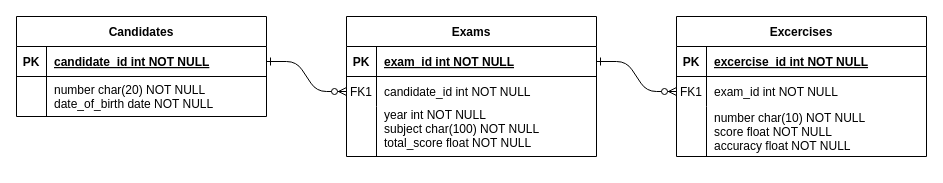
Before: backend/doc/db/erm/erm.drawio in pm4-graders/3ES, a draw.io diagram. Source tidied: cells renumbered, new cells numbered last; positions are measured from the earlier drawing's top-left corner, leaving out a move shared by most shapes. Both pictures are drawn from the tidied source at 100%, with x=0, y=0 at pixel (16, 16).
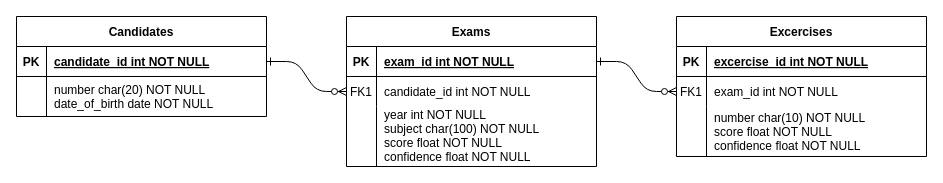
After the change.

Commit message (it also covers changes not shown here):
refactoring accuracy to confidence & added to exam

The change refers to these unchanged cells:
```xml
<mxCell id="21" style="shape=partialRectangle;fillColor=none;top=0;left=0;right=0;bottom=0;" parent="14" vertex="1">
  <mxGeometry y="90" width="250" height="50" as="geometry" />
</mxCell>
```

Diff of the diagram source:
```diff
@@
     <mxCell id="4" value="Exams" style="shape=table;startSize=30;childLayout=tableLayout;rowLines=0;fontStyle=1;align=center;" parent="1" vertex="1">
-      <mxGeometry x="330" width="250" height="140" as="geometry" />
+      <mxGeometry x="330" width="250" height="150" as="geometry" />
     </mxCell>
@@
     <mxCell id="11" style="shape=partialRectangle;fillColor=none;top=0;left=0;right=0;bottom=0;" parent="4" vertex="1">
-      <mxGeometry y="90" width="250" height="50" as="geometry" />
+      <mxGeometry y="90" width="250" height="60" as="geometry" />
     </mxCell>
     <mxCell id="12" style="shape=partialRectangle;overflow=hidden;fillColor=none;top=0;left=0;bottom=0;right=0;" parent="11" vertex="1">
-      <mxGeometry width="30" height="50" as="geometry" />
+      <mxGeometry width="30" height="60" as="geometry" />
     </mxCell>
-    <mxCell id="13" value="year int NOT NULL&#10;subject char(100) NOT NULL&#10;total_score float NOT NULL&#10;" style="shape=partialRectangle;overflow=hidden;fillColor=none;top=0;left=0;bottom=0;right=0;align=left;spacingLeft=6;" parent="11" vertex="1">
-      <mxGeometry x="30" width="220" height="50" as="geometry" />
+    <mxCell id="13" value="year int NOT NULL&#10;subject char(100) NOT NULL&#10;score float NOT NULL&#10;confidence float NOT NULL&#10;" style="shape=partialRectangle;overflow=hidden;fillColor=none;top=0;left=0;bottom=0;right=0;align=left;spacingLeft=6;" parent="11" vertex="1">
+      <mxGeometry x="30" width="220" height="60" as="geometry" />
     </mxCell>
@@
-    <mxCell id="23" value="number char(10) NOT NULL&#10;score float NOT NULL&#10;accuracy float NOT NULL" style="shape=partialRectangle;overflow=hidden;fillColor=none;top=0;left=0;bottom=0;right=0;align=left;spacingLeft=6;" parent="21" vertex="1">
+    <mxCell id="23" value="number char(10) NOT NULL&#10;score float NOT NULL&#10;confidence float NOT NULL" style="shape=partialRectangle;overflow=hidden;fillColor=none;top=0;left=0;bottom=0;right=0;align=left;spacingLeft=6;" parent="21" vertex="1">
       <mxGeometry x="30" width="220" height="50" as="geometry" />
     </mxCell>
```
